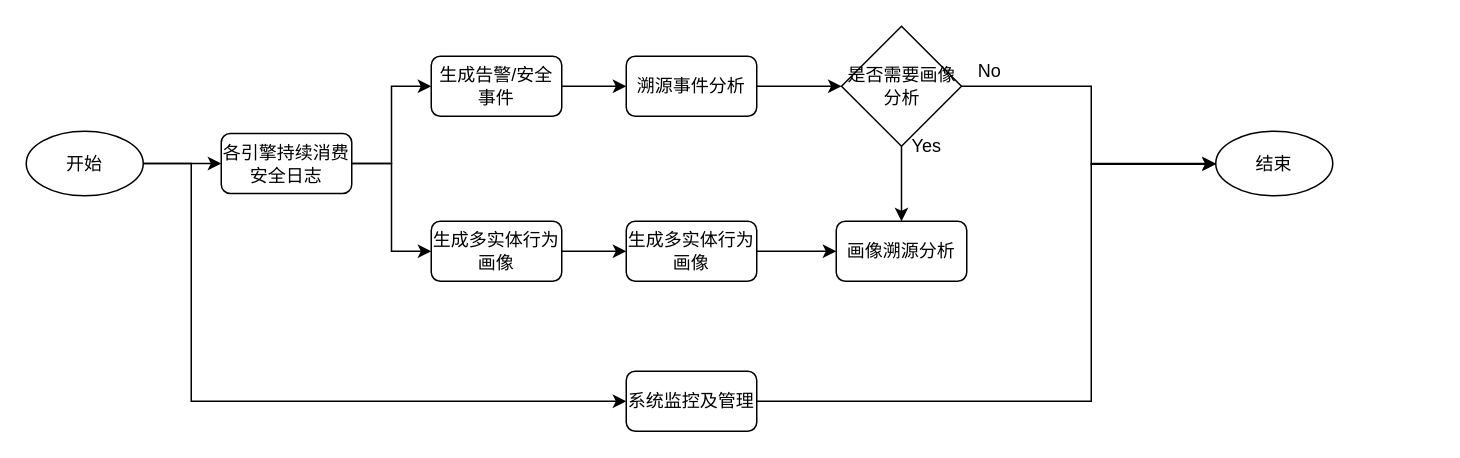
Before: 软件概要设计说明-追踪溯源中心-控制流图.drawio in popvlovs/popvlovs-repository, a draw.io diagram. Source tidied: cells renumbered, new cells numbered last; positions are measured from the earlier drawing's top-left corner, leaving out a move shared by most shapes. Both pictures are drawn from the tidied source at 150%, with x=0, y=0 at pixel (26, 26).
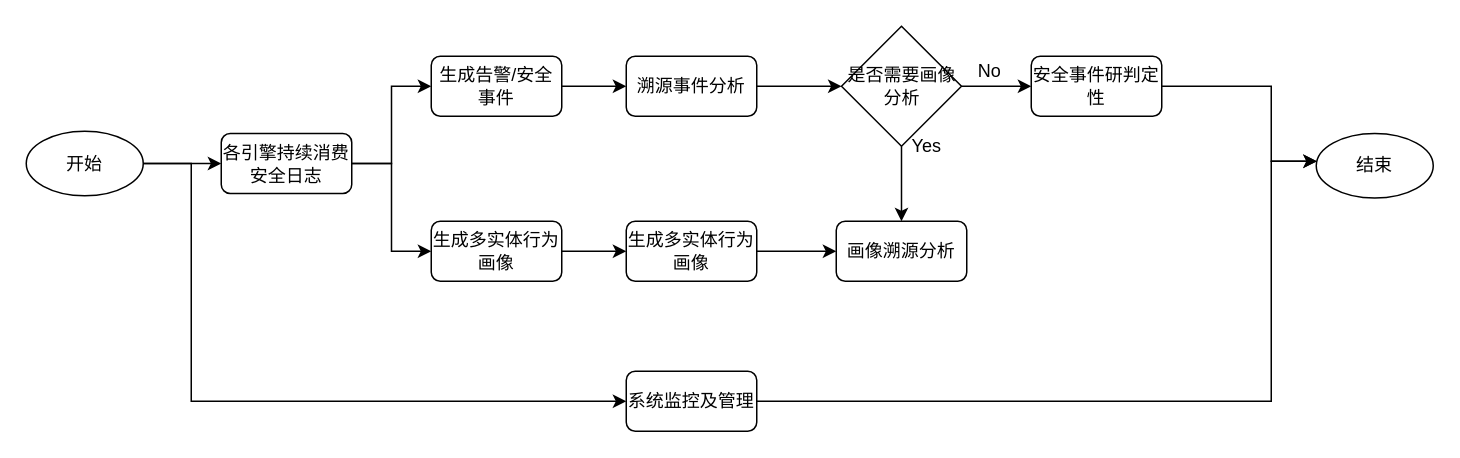
After the change.

Commit message (it also covers changes not shown here):
Update 软件概要设计说明-追踪溯源中心-控制流图.drawio

The change refers to these unchanged cells:
```xml
<mxCell id="20" value="是否需要画像分析" style="rhombus;whiteSpace=wrap;html=1;" parent="1" vertex="1">
  <mxGeometry x="543.5" width="80" height="80" as="geometry" />
</mxCell>
<mxCell id="22" value="系统监控及管理" style="rounded=1;whiteSpace=wrap;html=1;fontSize=12;glass=0;strokeWidth=1;shadow=0;" parent="1" vertex="1">
  <mxGeometry x="400" y="230" width="87" height="40" as="geometry" />
</mxCell>
```

Diff of the diagram source:
```diff
@@
     <mxCell id="7" value="结束" style="ellipse;whiteSpace=wrap;html=1;" parent="1" vertex="1">
-      <mxGeometry x="793" y="70" width="78" height="43" as="geometry" />
+      <mxGeometry x="860" y="71.5" width="78" height="43" as="geometry" />
     </mxCell>
@@
-    <mxCell id="19" style="edgeStyle=orthogonalEdgeStyle;rounded=0;jettySize=auto;html=1;" parent="1" edge="1" source="20" target="7">
-      <mxGeometry relative="1" as="geometry">
-        <Array as="points">
-          <mxPoint x="710" y="40" />
-          <mxPoint x="710" y="92" />
-        </Array>
-      </mxGeometry>
-    </mxCell>
+    <mxCell id="25" style="edgeStyle=orthogonalEdgeStyle;rounded=0;jettySize=auto;html=1;exitX=1;exitY=0.5;exitDx=0;exitDy=0;entryX=0;entryY=0.5;entryDx=0;entryDy=0;" parent="1" edge="1" source="20" target="27">
+      <mxGeometry relative="1" as="geometry" />
+    </mxCell>
@@
-    <mxCell id="21" style="edgeStyle=orthogonalEdgeStyle;rounded=0;jettySize=auto;html=1;entryX=0;entryY=0.5;entryDx=0;entryDy=0;" parent="1" edge="1" source="22" target="7">
+    <mxCell id="21" style="edgeStyle=orthogonalEdgeStyle;rounded=0;jettySize=auto;html=1;" parent="1" edge="1" source="22" target="7">
       <mxGeometry relative="1" as="geometry">
         <Array as="points">
-          <mxPoint x="710" y="250" />
-          <mxPoint x="710" y="92" />
+          <mxPoint x="830" y="250" />
+          <mxPoint x="830" y="90" />
         </Array>
       </mxGeometry>
     </mxCell>
@@
+    <mxCell id="26" style="edgeStyle=orthogonalEdgeStyle;rounded=0;jettySize=auto;html=1;" parent="1" edge="1" source="27" target="7">
+      <mxGeometry relative="1" as="geometry">
+        <Array as="points">
+          <mxPoint x="830" y="40" />
+          <mxPoint x="830" y="90" />
+        </Array>
+      </mxGeometry>
+    </mxCell>
+    <mxCell id="27" value="安全事件研判定性" style="rounded=1;whiteSpace=wrap;html=1;fontSize=12;glass=0;strokeWidth=1;shadow=0;" parent="1" vertex="1">
+      <mxGeometry x="670" y="20" width="87" height="40" as="geometry" />
+    </mxCell>
```
